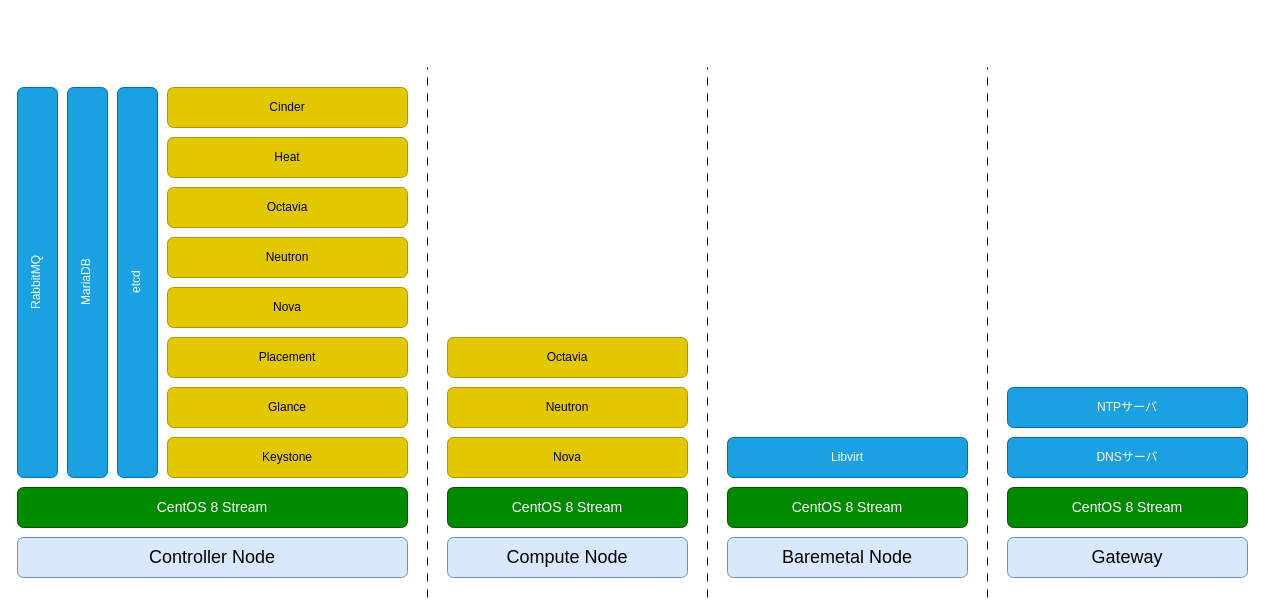
Before: _static/image/software_diagram.drawio in 9506hqwy/openstack_study_notes, a draw.io diagram. Source tidied: cells renumbered, new cells numbered last; positions are measured from the earlier drawing's top-left corner, leaving out a move shared by most shapes. Both pictures are drawn from the tidied source at 100%, with x=0, y=0 at pixel (17, 67).
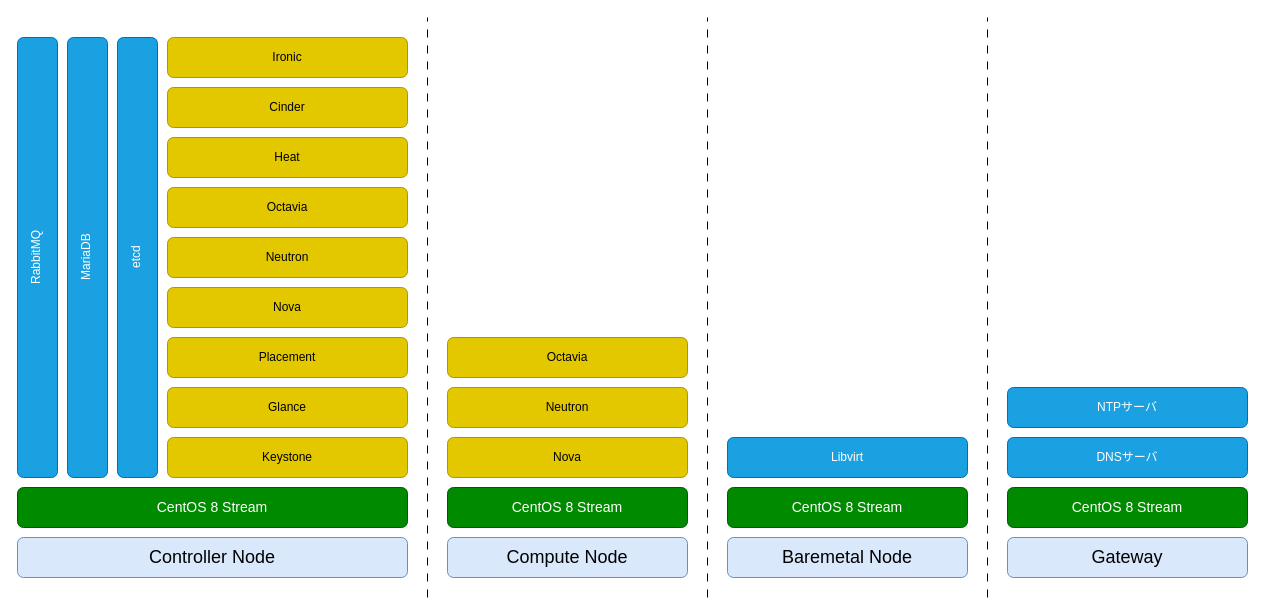
Above is the later version.

Commit message (it also covers changes not shown here):
Ironic について記載した。

What changed in the source:
```diff
@@
     <mxCell id="11" value="RabbitMQ" style="rounded=1;whiteSpace=wrap;html=1;fillColor=#1ba1e2;strokeColor=#006EAF;direction=north;textDirection=vertical-rl;rotation=-180;fontColor=#ffffff;" parent="1" vertex="1">
-      <mxGeometry y="20" width="40" height="390" as="geometry" />
+      <mxGeometry y="-30" width="40" height="440" as="geometry" />
     </mxCell>
     <mxCell id="12" value="MariaDB" style="rounded=1;whiteSpace=wrap;html=1;fillColor=#1ba1e2;strokeColor=#006EAF;direction=north;textDirection=vertical-rl;rotation=-180;fontColor=#ffffff;" parent="1" vertex="1">
-      <mxGeometry x="50" y="20" width="40" height="390" as="geometry" />
+      <mxGeometry x="50" y="-30" width="40" height="440" as="geometry" />
     </mxCell>
     <mxCell id="13" value="etcd" style="rounded=1;whiteSpace=wrap;html=1;fillColor=#1ba1e2;strokeColor=#006EAF;direction=north;textDirection=vertical-rl;rotation=-180;fontColor=#ffffff;" parent="1" vertex="1">
-      <mxGeometry x="100" y="20" width="40" height="390" as="geometry" />
+      <mxGeometry x="100" y="-30" width="40" height="440" as="geometry" />
     </mxCell>
@@
     <mxCell id="18" style="endArrow=none;html=1;rounded=0;dashed=1;dashPattern=8 8;" parent="1" edge="1">
       <mxGeometry relative="1" as="geometry">
         <mxPoint x="970" y="530" as="sourcePoint" />
-        <mxPoint x="970" as="targetPoint" />
+        <mxPoint x="970" y="-50" as="targetPoint" />
       </mxGeometry>
     </mxCell>
     <mxCell id="19" style="endArrow=none;html=1;rounded=0;dashed=1;dashPattern=8 8;" parent="1" edge="1">
       <mxGeometry relative="1" as="geometry">
         <mxPoint x="690" y="530" as="sourcePoint" />
-        <mxPoint x="690" as="targetPoint" />
+        <mxPoint x="690" y="-50" as="targetPoint" />
       </mxGeometry>
     </mxCell>
@@
     <mxCell id="23" style="endArrow=none;html=1;rounded=0;dashed=1;dashPattern=8 8;" parent="1" edge="1">
       <mxGeometry relative="1" as="geometry">
         <mxPoint x="410" y="530" as="sourcePoint" />
-        <mxPoint x="410" as="targetPoint" />
+        <mxPoint x="410" y="-50" as="targetPoint" />
       </mxGeometry>
     </mxCell>
@@
+    <mxCell id="30" value="Ironic" style="rounded=1;whiteSpace=wrap;html=1;fillColor=#e3c800;strokeColor=#B09500;fontColor=#000000;" parent="1" vertex="1">
+      <mxGeometry x="150" y="-30" width="240" height="40" as="geometry" />
+    </mxCell>
```
